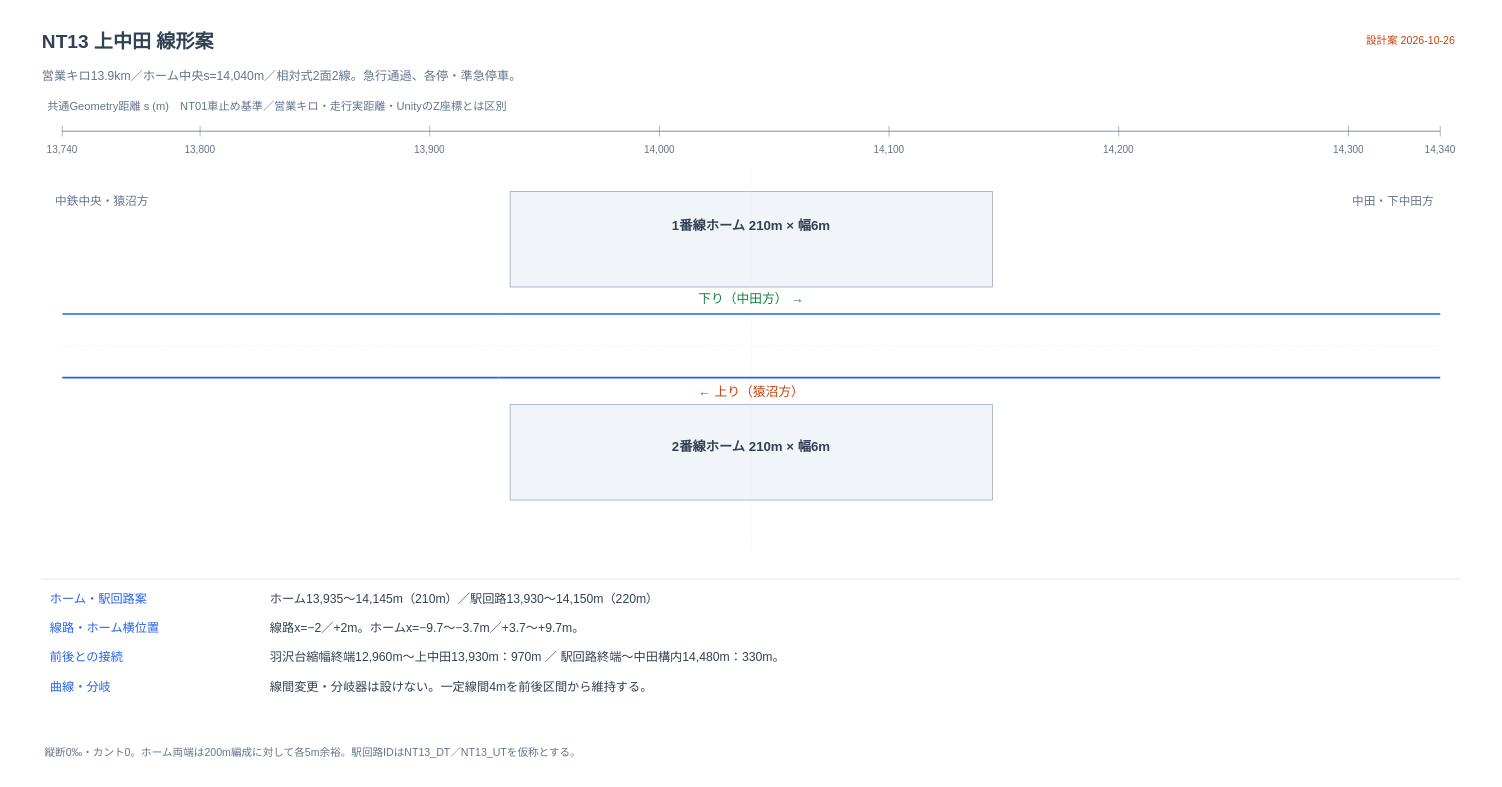
Earlier version of the draw.io diagram page "04 NT13 上中田" (4 of 5) of Documentation/Track/NtLine/Alignment/Extensions/NT11-NT14線形案.drawio (neko3141592/Nakatetsu). Source tidied: cells renumbered, new cells numbered last; positions are measured from the earlier drawing's top-left corner, leaving out a move shared by most shapes. Both pictures are drawn from the tidied source at 53%, with x=0, y=0 at pixel (9, 9).
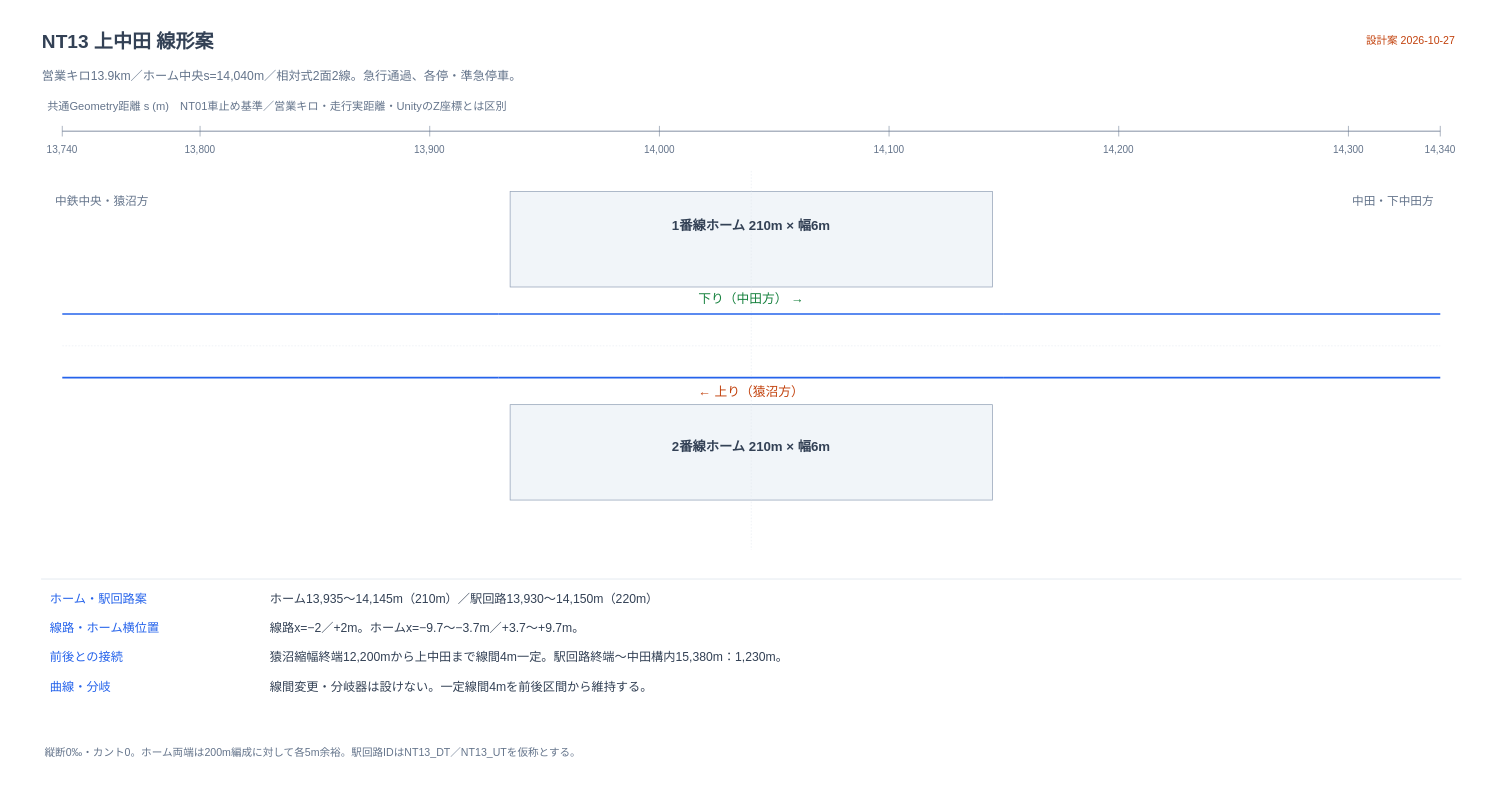
After the change.

What changed in the source:
```diff
@@
-    <mxCell id="5" value="設計案  2026-10-26" style="text;html=0;whiteSpace=wrap;overflow=hidden;strokeColor=none;fillColor=none;align=right;verticalAlign=middle;fontFamily=Hiragino Sans;fontSize=20;fontColor=#c2410c;fontStyle=0;" parent="1" vertex="1">
+    <mxCell id="5" value="設計案  2026-10-27" style="text;html=0;whiteSpace=wrap;overflow=hidden;strokeColor=none;fillColor=none;align=right;verticalAlign=middle;fontFamily=Hiragino Sans;fontSize=20;fontColor=#c2410c;fontStyle=0;" parent="1" vertex="1">
       <mxGeometry x="2380" y="40" width="350" height="35" as="geometry" />
     </mxCell>
@@
-    <mxCell id="46" value="羽沢台縮幅終端12,960m〜上中田13,930m：970m ／ 駅回路終端〜中田構内14,480m：330m。" style="text;html=0;whiteSpace=wrap;overflow=hidden;strokeColor=none;fillColor=none;align=left;verticalAlign=middle;fontFamily=Hiragino Sans;fontSize=23;fontColor=#334155;fontStyle=0;" parent="1" vertex="1">
+    <mxCell id="46" value="猿沼縮幅終端12,200mから上中田まで線間4m一定。駅回路終端〜中田構内15,380m：1,230m。" style="text;html=0;whiteSpace=wrap;overflow=hidden;strokeColor=none;fillColor=none;align=left;verticalAlign=middle;fontFamily=Hiragino Sans;fontSize=23;fontColor=#334155;fontStyle=0;" parent="1" vertex="1">
       <mxGeometry x="490" y="1200" width="2230" height="45" as="geometry" />
     </mxCell>
```
